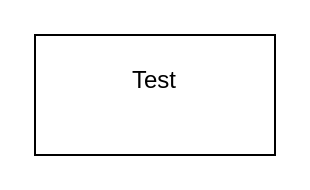
Earlier version of the draw.io diagram Planing/ER Modell.drawio (Moesly2904/Learning_Field_02). Source tidied: cells renumbered, new cells numbered last; positions are measured from the earlier drawing's top-left corner, leaving out a move shared by most shapes. Both pictures are drawn from the tidied source at 200%, with x=0, y=0 at pixel (34, 34).
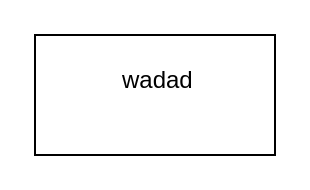
After the change.

The edit, as a diff of the source:
```diff
@@
 <mxGraphModel>
   <root>
     <mxCell id="0" />
     <mxCell id="1" parent="0" />
-    <mxCell id="2" value="&lt;div&gt;Test&lt;/div&gt;&lt;div&gt;&lt;br&gt;&lt;/div&gt;" style="rounded=0;whiteSpace=wrap;html=1;" parent="1" vertex="1">
+    <mxCell id="2" value="&lt;div&gt;&amp;nbsp;wadad&lt;/div&gt;&lt;div&gt;&lt;br&gt;&lt;/div&gt;" style="rounded=0;whiteSpace=wrap;html=1;" parent="1" vertex="1">
       <mxGeometry width="120" height="60" as="geometry" />
     </mxCell>
   </root>
 </mxGraphModel>
```
